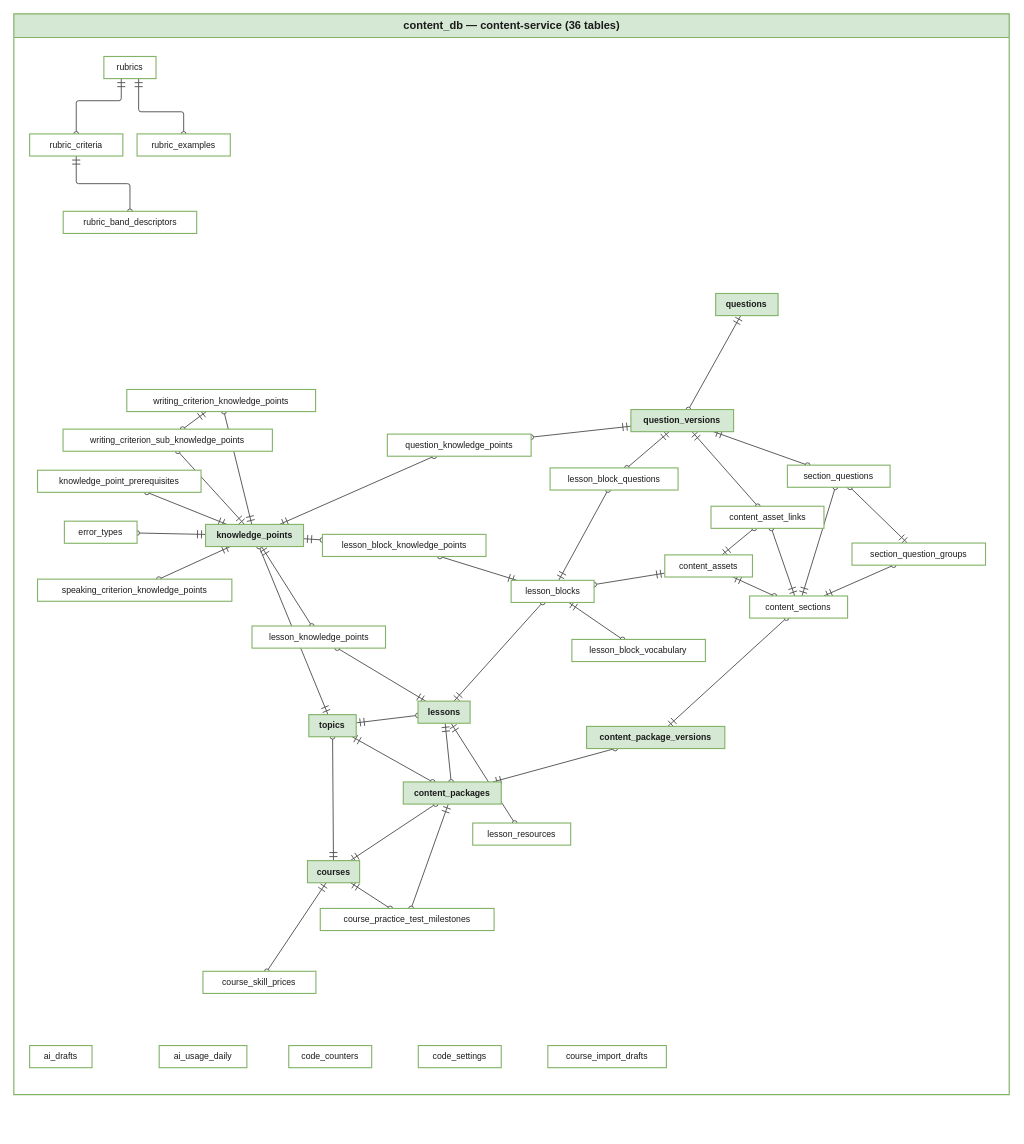
Before: report-4-software-design-specification/diagrams/erd/er-all-content.drawio in IeltsPath-Platform/report, a draw.io diagram. Source tidied: cells renumbered, new cells numbered last; positions are measured from the earlier drawing's top-left corner, leaving out a move shared by most shapes. Both pictures are drawn from the tidied source at 79%, with x=0, y=0 at pixel (13, 13).
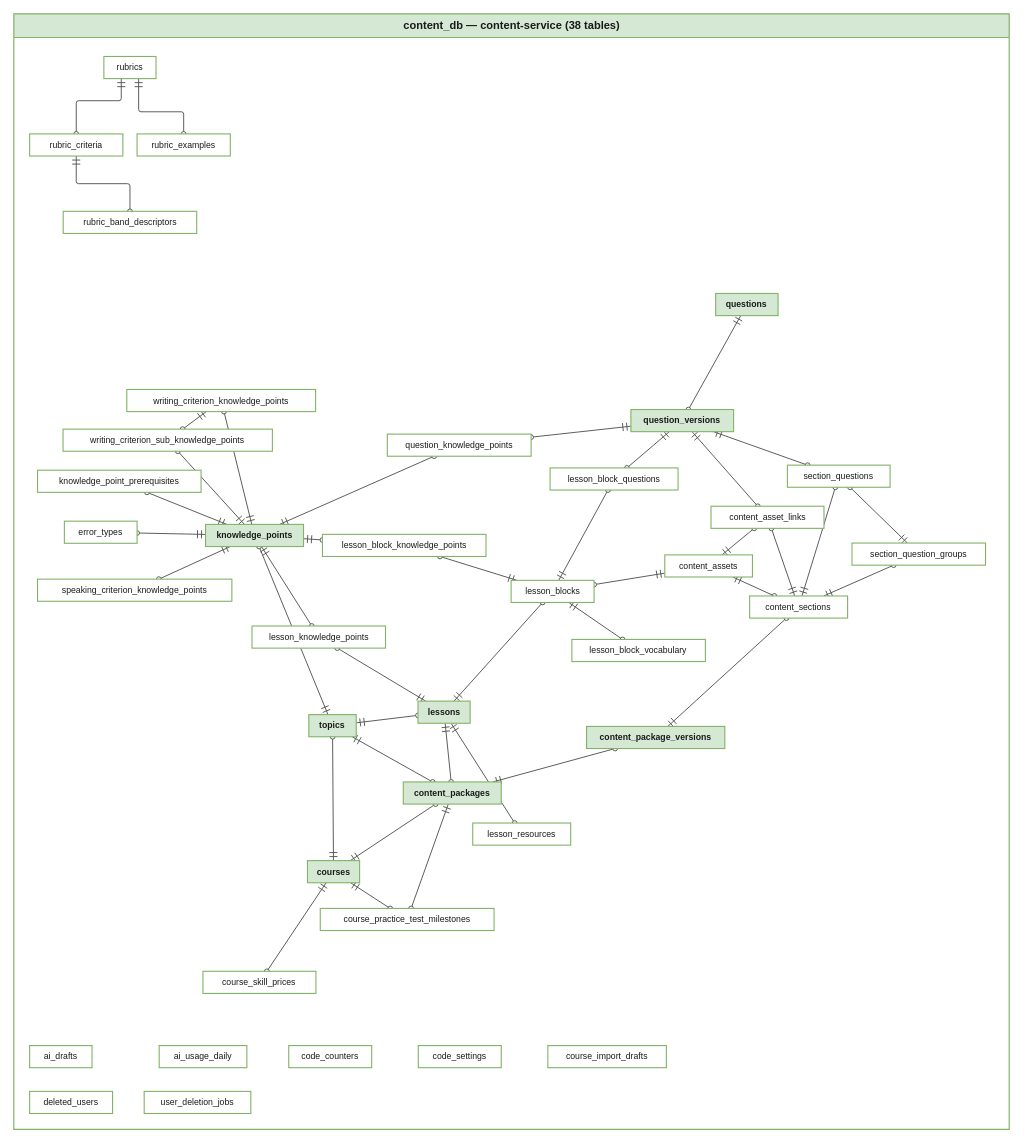
The same diagram, later.

The edit, as a diff of the source:
```diff
@@
-    <mxCell id="2" value="content_db — content-service (36 tables)" style="swimlane;startSize=30;fontSize=14;fontStyle=1;fontFamily=Helvetica;fontColor=#1a1a1a;fillColor=#d5e8d4;strokeColor=#82b366;swimlaneFillColor=#ffffff;strokeWidth=1.5;html=1;" parent="1" vertex="1">
-      <mxGeometry width="1260" height="1368" as="geometry" />
+    <mxCell id="2" value="content_db — content-service (38 tables)" style="swimlane;startSize=30;fontSize=14;fontStyle=1;fontFamily=Helvetica;fontColor=#1a1a1a;fillColor=#d5e8d4;strokeColor=#82b366;swimlaneFillColor=#ffffff;strokeWidth=1.5;html=1;" parent="1" vertex="1">
+      <mxGeometry width="1260" height="1412" as="geometry" />
     </mxCell>
@@
+    <mxCell id="80" value="deleted_users" style="rounded=0;html=1;whiteSpace=wrap;fontSize=11;fontFamily=Helvetica;fontColor=#1a1a1a;fillColor=#ffffff;strokeColor=#82b366;strokeWidth=1.4;fontStyle=0;" parent="1" vertex="1">
+      <mxGeometry x="20" y="1364" width="105" height="28" as="geometry" />
+    </mxCell>
+    <mxCell id="81" value="user_deletion_jobs" style="rounded=0;html=1;whiteSpace=wrap;fontSize=11;fontFamily=Helvetica;fontColor=#1a1a1a;fillColor=#ffffff;strokeColor=#82b366;strokeWidth=1.4;fontStyle=0;" parent="1" vertex="1">
+      <mxGeometry x="165" y="1364" width="135" height="28" as="geometry" />
+    </mxCell>
```
